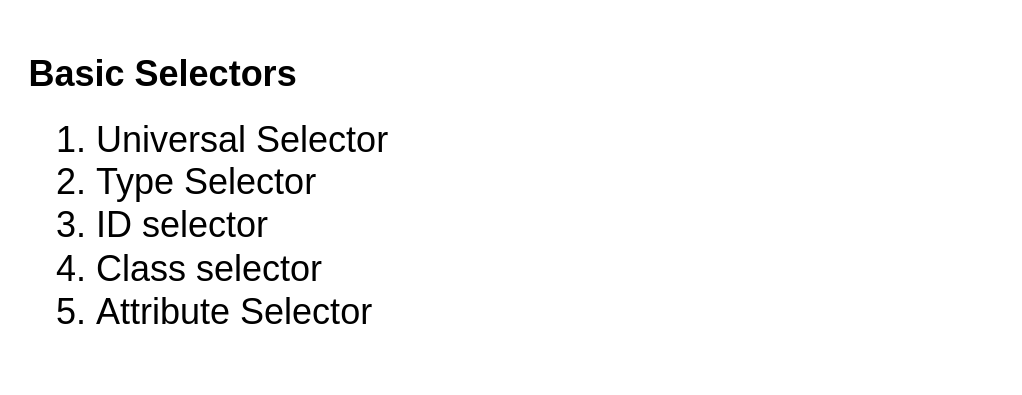
Earlier version of the draw.io diagram CSS.drawio (NaashNix/CSS). Source tidied: cells renumbered, new cells numbered last; positions are measured from the earlier drawing's top-left corner, leaving out a move shared by most shapes. Both pictures are drawn from the tidied source at 150%, with x=0, y=0 at pixel (26, 45).
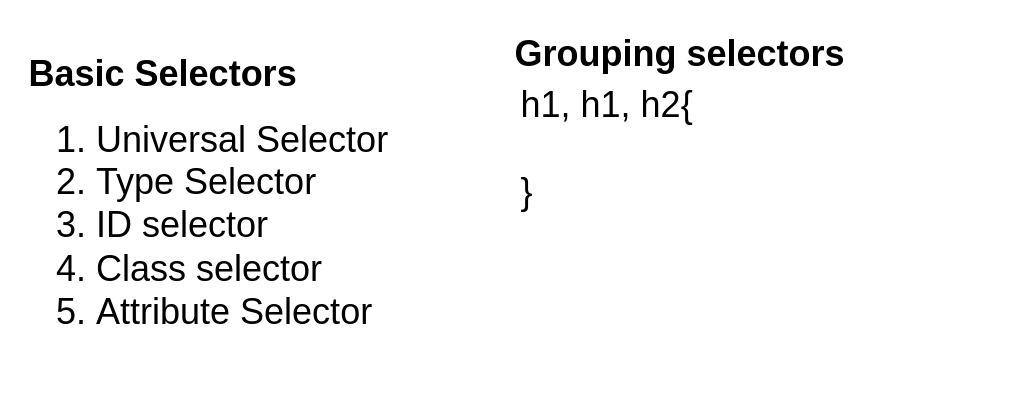
After the change.

Commit message (it also covers changes not shown here):
Aded psudo clases

Diff of the diagram source:
```diff
@@
 <mxGraphModel>
   <root>
     <mxCell id="0" />
     <mxCell id="1" parent="0" />
     <mxCell id="2" value="Basic Selectors" style="text;html=1;strokeColor=none;fillColor=none;align=left;verticalAlign=middle;whiteSpace=wrap;rounded=0;fontStyle=1;fontSize=24;" parent="1" vertex="1">
       <mxGeometry width="200" height="37" as="geometry" />
     </mxCell>
     <mxCell id="3" value="&lt;ol&gt;&lt;li&gt;Universal Selector&lt;/li&gt;&lt;li&gt;Type Selector&lt;/li&gt;&lt;li&gt;ID selector&lt;/li&gt;&lt;li&gt;Class selector&lt;/li&gt;&lt;li&gt;Attribute Selector&lt;/li&gt;&lt;/ol&gt;" style="text;html=1;strokeColor=none;fillColor=none;align=left;verticalAlign=middle;whiteSpace=wrap;rounded=0;fontSize=24;" parent="1" vertex="1">
       <mxGeometry x="5" y="30" width="319" height="180" as="geometry" />
     </mxCell>
+    <mxCell id="4" value="Grouping selectors" style="text;html=1;strokeColor=none;fillColor=none;align=left;verticalAlign=middle;whiteSpace=wrap;rounded=0;fontStyle=1;fontSize=24;" parent="1" vertex="1">
+      <mxGeometry x="324" y="-13" width="266" height="37" as="geometry" />
+    </mxCell>
+    <mxCell id="5" value="&lt;span&gt;h1, h1, h2{&lt;/span&gt;&lt;br&gt;&lt;span&gt;&lt;br&gt;}&lt;/span&gt;" style="text;html=1;strokeColor=none;fillColor=none;align=left;verticalAlign=middle;whiteSpace=wrap;rounded=0;fontSize=24;" parent="1" vertex="1">
+      <mxGeometry x="328" y="32" width="319" height="73" as="geometry" />
+    </mxCell>
   </root>
 </mxGraphModel>
```
